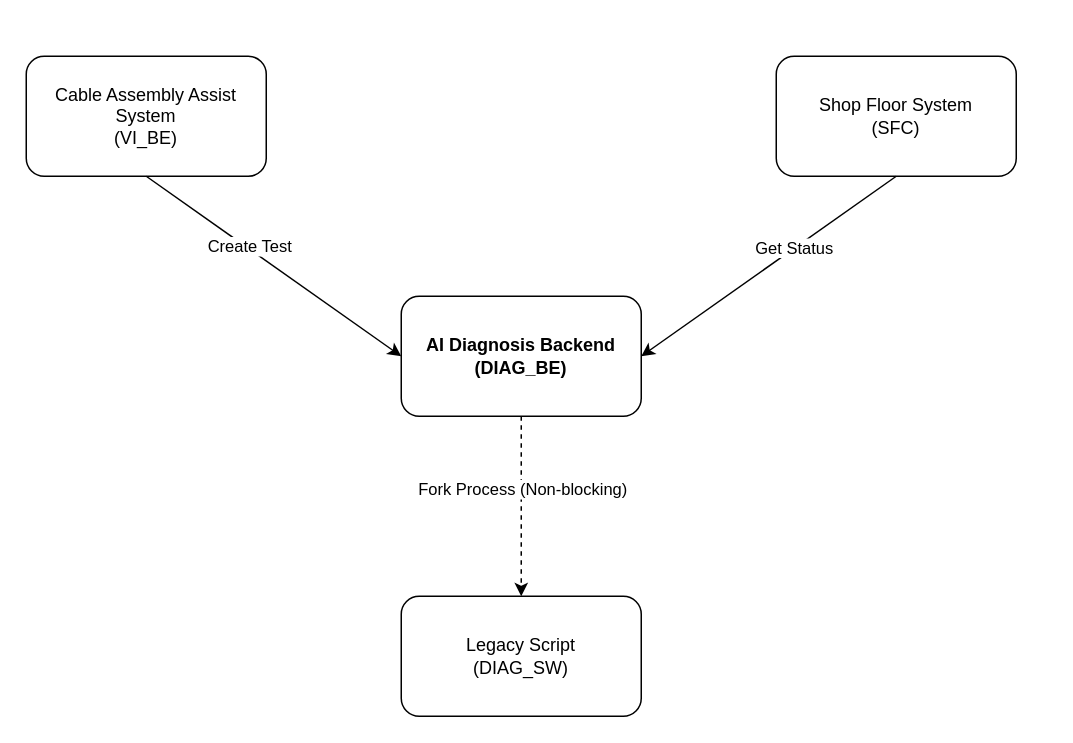
This is docs/system_architecture.drawio from FelixHuang9977/AI_BE_TEMPLATE, a draw.io file, before an edit. Source tidied: cells renumbered, new cells numbered last; positions are measured from the earlier drawing's top-left corner, leaving out a move shared by most shapes. Both pictures are drawn from the tidied source at 150%, with x=0, y=0 at pixel (26, 56).
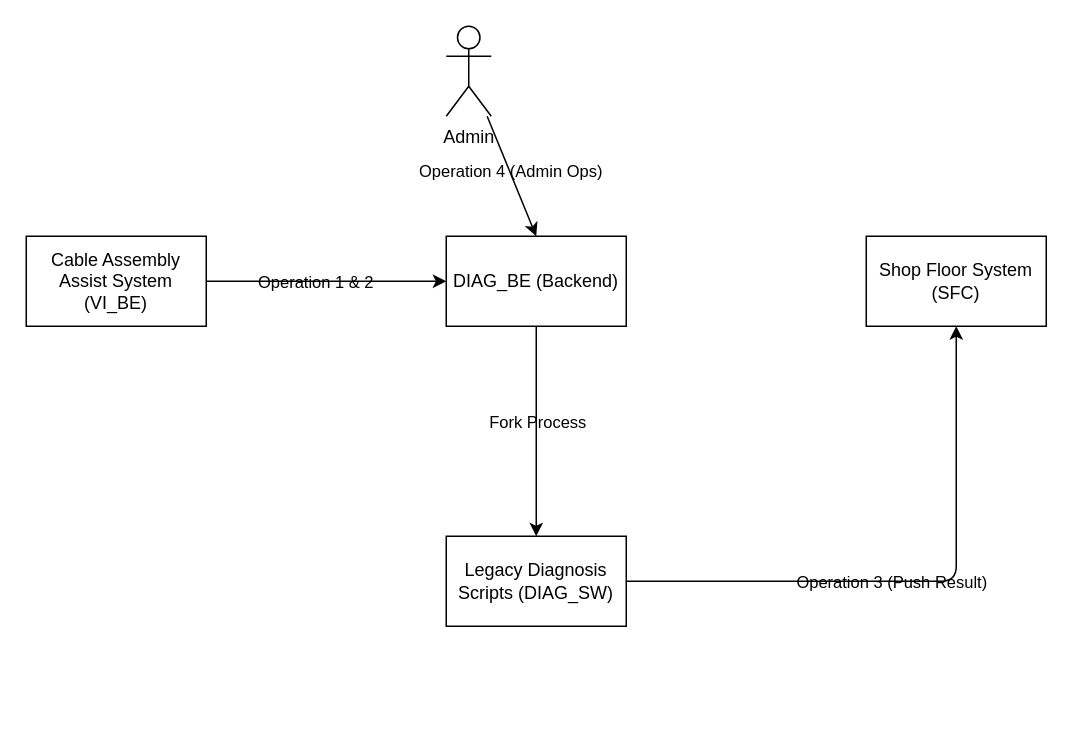
The same page after the edit.

What changed in the source:
```diff
@@
 <mxGraphModel>
   <root>
     <mxCell id="0" />
     <mxCell id="1" parent="0" />
-    <mxCell id="2" value="Cable Assembly Assist System&lt;br&gt;(VI_BE)" style="rounded=1;whiteSpace=wrap;html=1;fillColor=#ffffff;strokeColor=#000000;fontColor=#000000;" parent="1" vertex="1">
-      <mxGeometry width="160" height="80" as="geometry" />
+    <mxCell id="2" value="Shop Floor System (SFC)" style="rounded=0;whiteSpace=wrap;html=1;fillColor=none;labelBackgroundColor=none;" parent="1" vertex="1">
+      <mxGeometry x="560" y="120" width="120" height="60" as="geometry" />
     </mxCell>
-    <mxCell id="3" value="Shop Floor System&lt;br&gt;(SFC)" style="rounded=1;whiteSpace=wrap;html=1;fillColor=#ffffff;strokeColor=#000000;fontColor=#000000;" parent="1" vertex="1">
-      <mxGeometry x="500" width="160" height="80" as="geometry" />
+    <mxCell id="3" value="Cable Assembly Assist System (VI_BE)" style="rounded=0;whiteSpace=wrap;html=1;fillColor=none;labelBackgroundColor=none;" parent="1" vertex="1">
+      <mxGeometry y="120" width="120" height="60" as="geometry" />
     </mxCell>
-    <mxCell id="4" value="AI Diagnosis Backend&lt;br&gt;(DIAG_BE)" style="rounded=1;whiteSpace=wrap;html=1;fillColor=#ffffff;strokeColor=#000000;fontColor=#000000;fontStyle=1;" parent="1" vertex="1">
-      <mxGeometry x="250" y="160" width="160" height="80" as="geometry" />
+    <mxCell id="4" value="DIAG_BE (Backend)" style="rounded=0;whiteSpace=wrap;html=1;fillColor=none;labelBackgroundColor=none;" parent="1" vertex="1">
+      <mxGeometry x="280" y="120" width="120" height="60" as="geometry" />
     </mxCell>
-    <mxCell id="5" value="Legacy Script&lt;br&gt;(DIAG_SW)" style="rounded=1;whiteSpace=wrap;html=1;fillColor=#ffffff;strokeColor=#000000;fontColor=#000000;" parent="1" vertex="1">
-      <mxGeometry x="250" y="360" width="160" height="80" as="geometry" />
+    <mxCell id="5" value="Legacy Diagnosis Scripts (DIAG_SW)" style="rounded=0;whiteSpace=wrap;html=1;fillColor=none;labelBackgroundColor=none;" parent="1" vertex="1">
+      <mxGeometry x="280" y="320" width="120" height="60" as="geometry" />
     </mxCell>
-    <mxCell id="6" style="endArrow=classic;html=1;exitX=0.5;exitY=1;exitDx=0;exitDy=0;entryX=0;entryY=0.5;entryDx=0;entryDy=0;strokeColor=#000000;" parent="1" edge="1" source="2" target="4">
+    <mxCell id="6" style="endArrow=classic;html=1;entryX=0;entryY=0.5;entryDx=0;entryDy=0;labelBackgroundColor=none;" parent="1" edge="1" source="3" target="4">
       <mxGeometry relative="1" as="geometry" />
     </mxCell>
-    <mxCell id="7" value="Create Test" style="edgeLabel;html=1;align=center;verticalAlign=middle;fontColor=#000000;" parent="6" vertex="1">
-      <mxGeometry x="-0.2" y="2" relative="1" as="geometry" />
+    <mxCell id="7" value="Operation 1 &amp; 2" style="edgeLabel;html=1;align=center;verticalAlign=middle;labelBackgroundColor=none;" parent="6" vertex="1">
+      <mxGeometry x="-0.1" relative="1" as="geometry" />
     </mxCell>
-    <mxCell id="8" style="endArrow=classic;html=1;entryX=1;entryY=0.5;entryDx=0;entryDy=0;exitX=0.5;exitY=1;exitDx=0;exitDy=0;strokeColor=#000000;" parent="1" edge="1" source="3" target="4">
+    <mxCell id="8" style="endArrow=classic;html=1;entryX=0.5;entryY=0;entryDx=0;entryDy=0;labelBackgroundColor=none;" parent="1" edge="1" source="4" target="5">
       <mxGeometry relative="1" as="geometry" />
     </mxCell>
-    <mxCell id="9" value="Get Status" style="edgeLabel;html=1;align=center;verticalAlign=middle;fontColor=#000000;" parent="8" vertex="1">
-      <mxGeometry x="-0.2" y="-1" relative="1" as="geometry" />
+    <mxCell id="9" value="Fork Process" style="edgeLabel;html=1;align=center;verticalAlign=middle;labelBackgroundColor=none;" parent="8" vertex="1">
+      <mxGeometry x="-0.1" relative="1" as="geometry" />
     </mxCell>
-    <mxCell id="10" style="endArrow=classic;html=1;exitX=0.5;exitY=1;exitDx=0;exitDy=0;entryX=0.5;entryY=0;entryDx=0;entryDy=0;dashed=1;strokeColor=#000000;" parent="1" edge="1" source="4" target="5">
-      <mxGeometry relative="1" as="geometry" />
+    <mxCell id="10" style="endArrow=classic;html=1;entryX=0.5;entryY=1;entryDx=0;entryDy=0;exitX=1;exitY=0.5;exitDx=0;exitDy=0;labelBackgroundColor=none;" parent="1" edge="1" source="5" target="2">
+      <mxGeometry relative="1" as="geometry">
+        <Array as="points">
+          <mxPoint x="620" y="350" />
+        </Array>
+      </mxGeometry>
     </mxCell>
-    <mxCell id="11" value="Fork Process (Non-blocking)" style="edgeLabel;html=1;align=center;verticalAlign=middle;fontColor=#000000;" parent="10" vertex="1">
-      <mxGeometry x="-0.2" relative="1" as="geometry" />
+    <mxCell id="11" value="Operation 3 (Push Result)" style="edgeLabel;html=1;align=center;verticalAlign=middle;labelBackgroundColor=none;" parent="10" vertex="1">
+      <mxGeometry x="-0.1" relative="1" as="geometry" />
     </mxCell>
+    <mxCell id="12" value="Admin" style="shape=umlActor;verticalLabelPosition=bottom;verticalAlign=top;html=1;outlineConnect=0;fillColor=none;labelBackgroundColor=none;" parent="1" vertex="1">
+      <mxGeometry x="280" y="-20" width="30" height="60" as="geometry" />
+    </mxCell>
+    <mxCell id="13" style="endArrow=classic;html=1;entryX=0.5;entryY=0;entryDx=0;entryDy=0;labelBackgroundColor=none;" parent="1" edge="1" source="12" target="4">
+      <mxGeometry relative="1" as="geometry" />
+    </mxCell>
+    <mxCell id="14" value="Operation 4 (Admin Ops)" style="edgeLabel;html=1;align=center;verticalAlign=middle;labelBackgroundColor=none;" parent="13" vertex="1">
+      <mxGeometry x="-0.1" relative="1" as="geometry" />
+    </mxCell>
   </root>
 </mxGraphModel>
```
